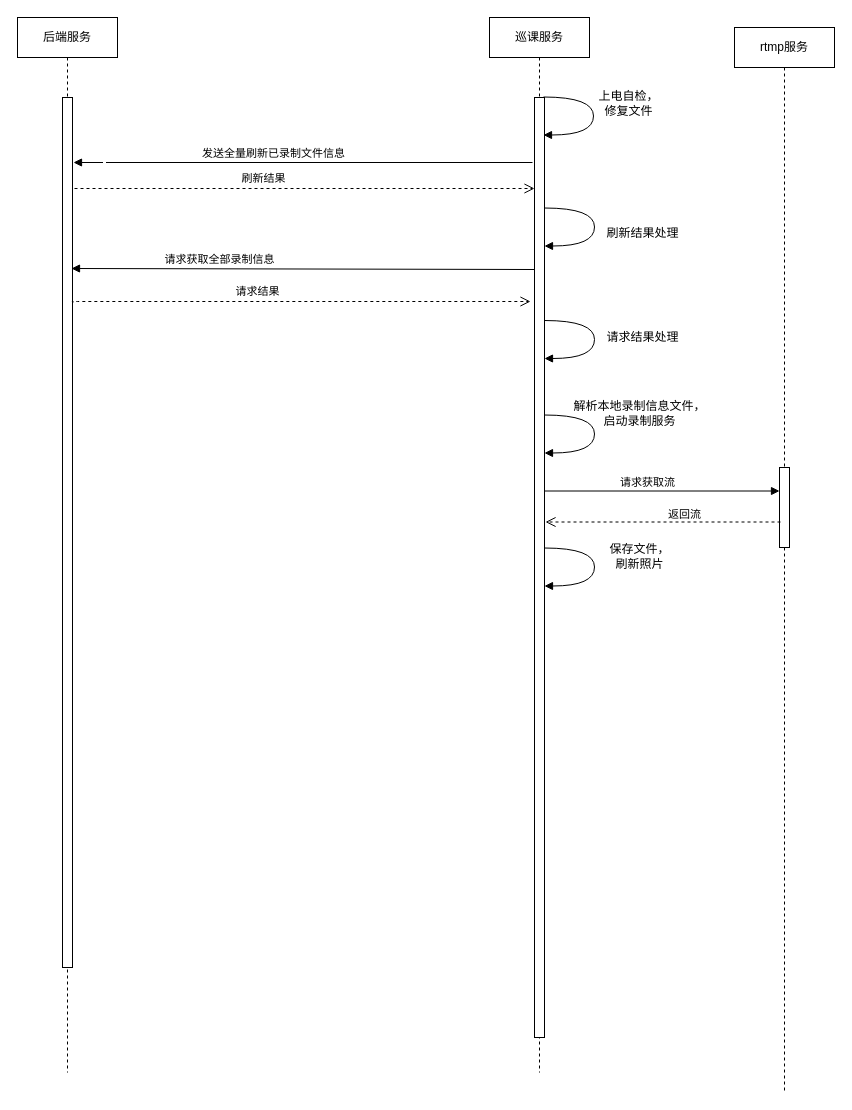
Above: 巡课服务启动流程.drawio in huangPeiLc/drawio (draw.io), before the change. Source tidied: cells renumbered, new cells numbered last; positions are measured from the earlier drawing's top-left corner, leaving out a move shared by most shapes. Both pictures are drawn from the tidied source at 100%, with x=0, y=0 at pixel (17, 17).
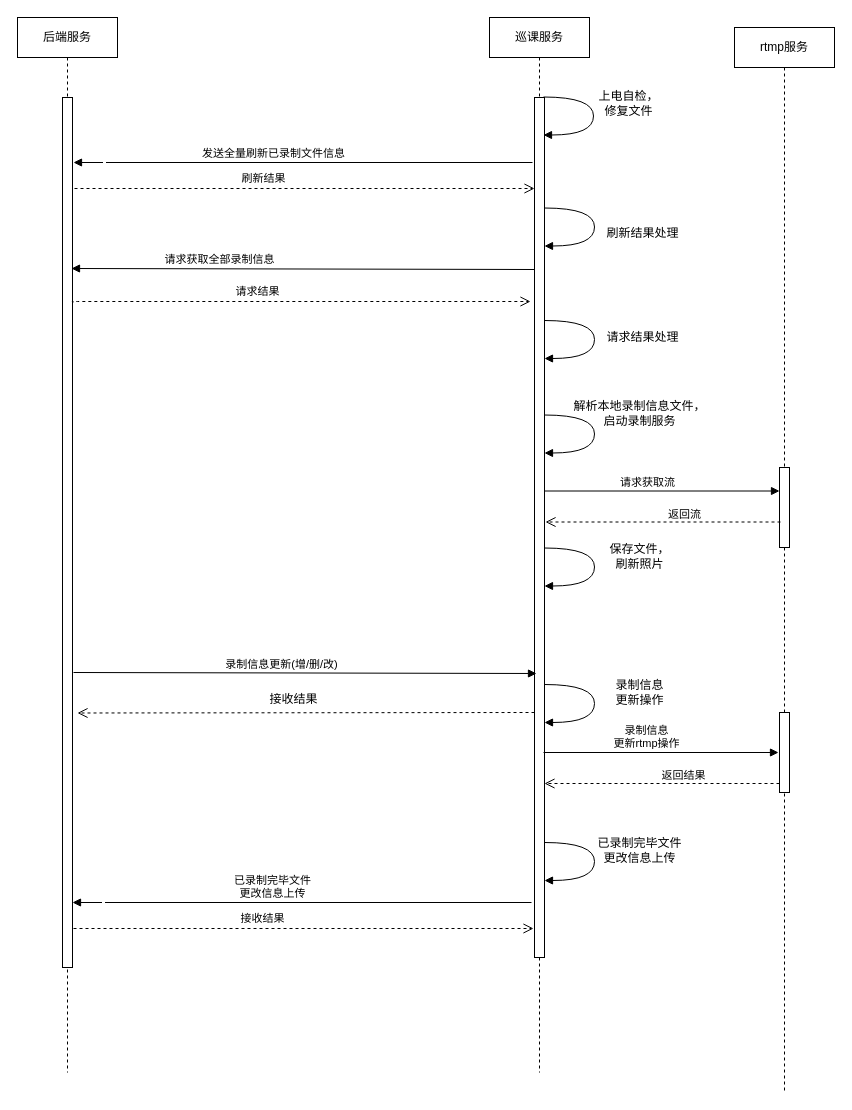
Above is the later version.

Commit message (it also covers changes not shown here):
Update 巡课服务启动流程.drawio

Unchanged cells that the change refers to:
```xml
<mxCell id="4" value="巡课服务" style="shape=umlLifeline;perimeter=lifelinePerimeter;whiteSpace=wrap;html=1;" parent="1" vertex="1">
  <mxGeometry x="472" width="100" height="1055" as="geometry" />
</mxCell>
<mxCell id="7" value="rtmp服务" style="shape=umlLifeline;perimeter=lifelinePerimeter;whiteSpace=wrap;html=1;" parent="1" vertex="1">
  <mxGeometry x="717" y="10" width="100" height="1065" as="geometry" />
</mxCell>
```

The edit, as a diff of the source:
```diff
@@
     <mxCell id="5" style="html=1;perimeter=orthogonalPerimeter;" parent="4" vertex="1">
-      <mxGeometry x="45" y="80" width="10" height="940" as="geometry" />
+      <mxGeometry x="45" y="80" width="10" height="860" as="geometry" />
     </mxCell>
@@
+    <mxCell id="20" style="html=1;perimeter=orthogonalPerimeter;" parent="7" vertex="1">
+      <mxGeometry x="45" y="685" width="10" height="80" as="geometry" />
+    </mxCell>
@@
+    <mxCell id="21" value="录制信息更新(增/删/改)" style="html=1;verticalAlign=bottom;endArrow=block;entryX=1;entryY=0.044;entryDx=0;entryDy=0;entryPerimeter=0;exitX=0.1;exitY=0.048;exitDx=0;exitDy=0;exitPerimeter=0;" parent="1" edge="1">
+      <mxGeometry x="-0.1" y="-1" relative="1" as="geometry">
+        <mxPoint x="56" y="655" as="sourcePoint" />
+        <mxPoint x="519" y="656" as="targetPoint" />
+      </mxGeometry>
+    </mxCell>
+    <mxCell id="22" style="html=1;verticalAlign=bottom;endArrow=open;dashed=1;endSize=8;" parent="1" edge="1">
+      <mxGeometry x="1" y="227" relative="1" as="geometry">
+        <mxPoint x="517" y="695" as="sourcePoint" />
+        <mxPoint x="60" y="695.5" as="targetPoint" />
+        <mxPoint x="190" y="224" as="offset" />
+      </mxGeometry>
+    </mxCell>
+    <mxCell id="23" value="接收结果" style="text;html=1;align=center;verticalAlign=middle;labelBackgroundColor=#ffffff;" parent="22" vertex="1">
+      <mxGeometry x="0.05" y="-1" relative="1" as="geometry">
+        <mxPoint x="-1" y="-12.5" as="offset" />
+      </mxGeometry>
+    </mxCell>
+    <mxCell id="24" value="&lt;div&gt;录制信息&lt;/div&gt;&lt;div&gt;更新操作&lt;/div&gt;" style="html=1;verticalAlign=bottom;endArrow=block;labelBackgroundColor=none;fontFamily=Verdana;fontSize=12;elbow=vertical;edgeStyle=orthogonalEdgeStyle;curved=1;entryX=1;entryY=0.286;entryPerimeter=0;" parent="1" edge="1">
+      <mxGeometry x="0.28" y="-47" relative="1" as="geometry">
+        <mxPoint x="527" y="667" as="sourcePoint" />
+        <mxPoint x="527" y="705" as="targetPoint" />
+        <Array as="points">
+          <mxPoint x="577" y="666.5" />
+          <mxPoint x="577" y="704.5" />
+        </Array>
+        <mxPoint x="45" y="34" as="offset" />
+      </mxGeometry>
+    </mxCell>
+    <mxCell id="25" value="&lt;div&gt;录制信息&lt;/div&gt;&lt;div&gt;更新rtmp操作&lt;/div&gt;" style="html=1;verticalAlign=bottom;endArrow=block;" parent="1" edge="1">
+      <mxGeometry x="-0.12" relative="1" as="geometry">
+        <mxPoint x="526" y="735" as="sourcePoint" />
+        <mxPoint x="761" y="735" as="targetPoint" />
+      </mxGeometry>
+    </mxCell>
+    <mxCell id="26" value="返回结果" style="html=1;verticalAlign=bottom;endArrow=open;dashed=1;endSize=8;" parent="1" edge="1">
+      <mxGeometry x="-0.18" y="1" relative="1" as="geometry">
+        <mxPoint x="762" y="766" as="sourcePoint" />
+        <mxPoint x="527" y="766" as="targetPoint" />
+      </mxGeometry>
+    </mxCell>
+    <mxCell id="27" value="&lt;div&gt;已录制完毕文件&lt;/div&gt;&lt;div&gt;更改信息上传&lt;/div&gt;" style="html=1;verticalAlign=bottom;endArrow=block;labelBackgroundColor=none;fontFamily=Verdana;fontSize=12;elbow=vertical;edgeStyle=orthogonalEdgeStyle;curved=1;entryX=1;entryY=0.286;entryPerimeter=0;" parent="1" edge="1">
+      <mxGeometry x="0.28" y="-47" relative="1" as="geometry">
+        <mxPoint x="527" y="825" as="sourcePoint" />
+        <mxPoint x="527" y="863" as="targetPoint" />
+        <Array as="points">
+          <mxPoint x="577" y="824.5" />
+          <mxPoint x="577" y="862.5" />
+        </Array>
+        <mxPoint x="45" y="34" as="offset" />
+      </mxGeometry>
+    </mxCell>
+    <mxCell id="28" value="&lt;div&gt;已录制完毕文件&lt;/div&gt;&lt;div&gt;更改信息上传&lt;/div&gt;" style="html=1;verticalAlign=bottom;endArrow=block;entryX=1.039;entryY=0.042;entryDx=0;entryDy=0;entryPerimeter=0;" parent="1" edge="1">
+      <mxGeometry x="0.13" relative="1" as="geometry">
+        <mxPoint x="514" y="885" as="sourcePoint" />
+        <mxPoint x="55" y="885" as="targetPoint" />
+      </mxGeometry>
+    </mxCell>
+    <mxCell id="29" value="&amp;nbsp;" style="text;html=1;align=center;verticalAlign=middle;labelBackgroundColor=#ffffff;" parent="28" vertex="1">
+      <mxGeometry x="0.54" y="4" relative="1" as="geometry">
+        <mxPoint x="-76" y="-3.5" as="offset" />
+      </mxGeometry>
+    </mxCell>
+    <mxCell id="30" value="接收结果" style="html=1;verticalAlign=bottom;endArrow=open;dashed=1;endSize=8;" parent="1" edge="1">
+      <mxGeometry x="-0.18" y="1" relative="1" as="geometry">
+        <mxPoint x="56" y="911" as="sourcePoint" />
+        <mxPoint x="516" y="911" as="targetPoint" />
+        <Array as="points">
+          <mxPoint x="56" y="911" />
+        </Array>
+      </mxGeometry>
+    </mxCell>
```
